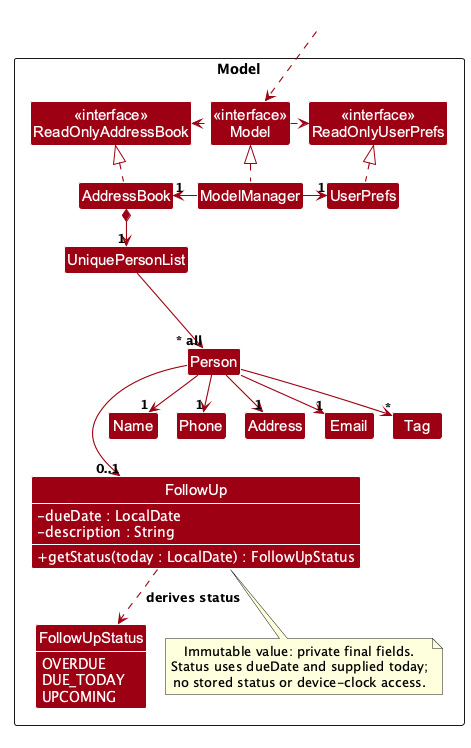
This is docs/images/ModelClassDiagram.png from AY2627S1-CS2103T-W13-3/tp, a PlantUML export, as it was before one commit.
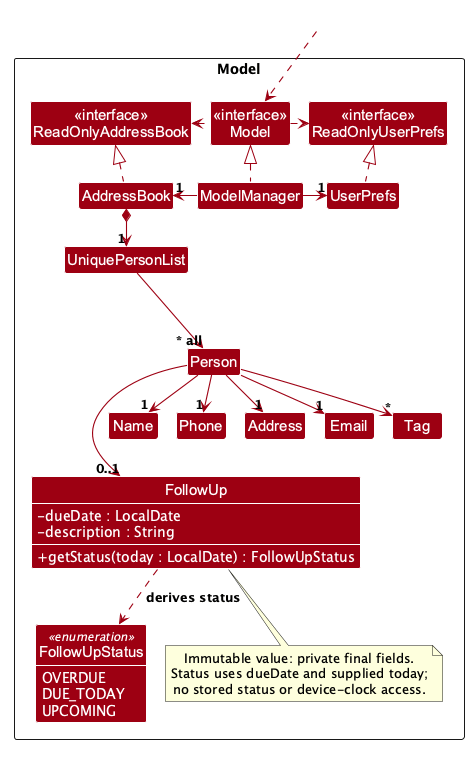
The same diagram one commit later.

Commit message:
Identify the follow-up enum in the model diagram

Add the explicit enumeration keyword because the shared style hides the
PlantUML classifier icon. Regenerate the PNG and verify the keyword and
all three literals remain readable at the Developer Guide display width.

Diff of the diagram source:
```diff
@@ -22,7 +22,7 @@
 - description : String
 + getStatus(today : LocalDate) : FollowUpStatus
 }
-enum FollowUpStatus {
+enum FollowUpStatus <<enumeration>> {
 OVERDUE
 DUE_TODAY
 UPCOMING
```
